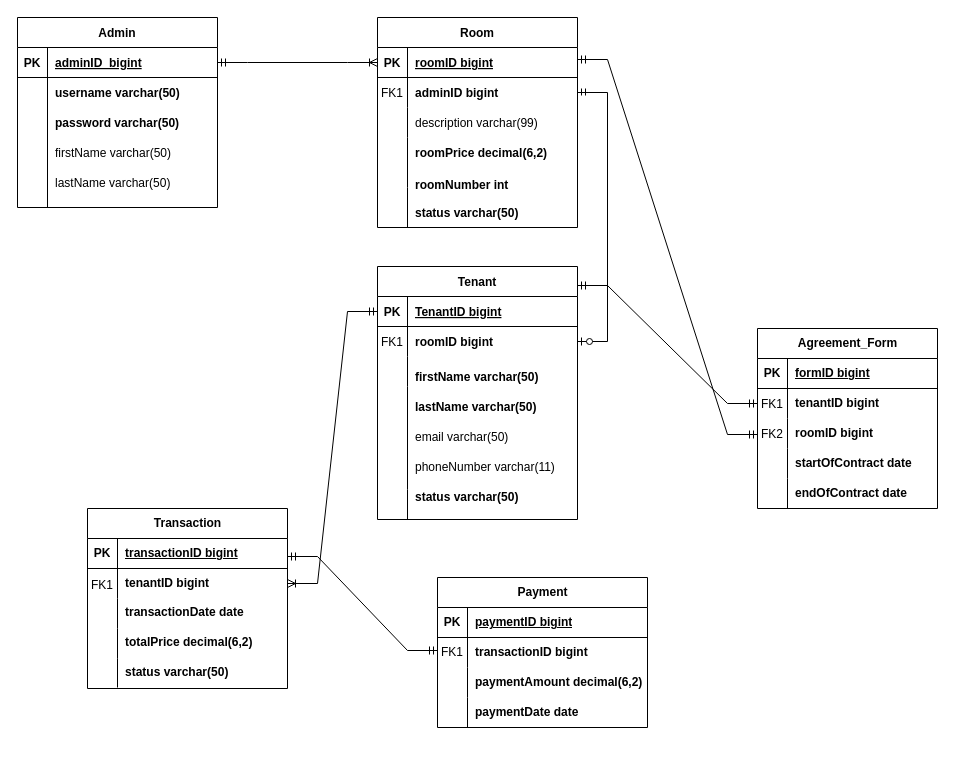
The draw.io diagram ERD.drawio in Beskiit/DIAGRAMS, before the edit. Source tidied: cells renumbered, new cells numbered last; positions are measured from the earlier drawing's top-left corner, leaving out a move shared by most shapes. Both pictures are drawn from the tidied source at 100%, with x=0, y=0 at pixel (17, 17).
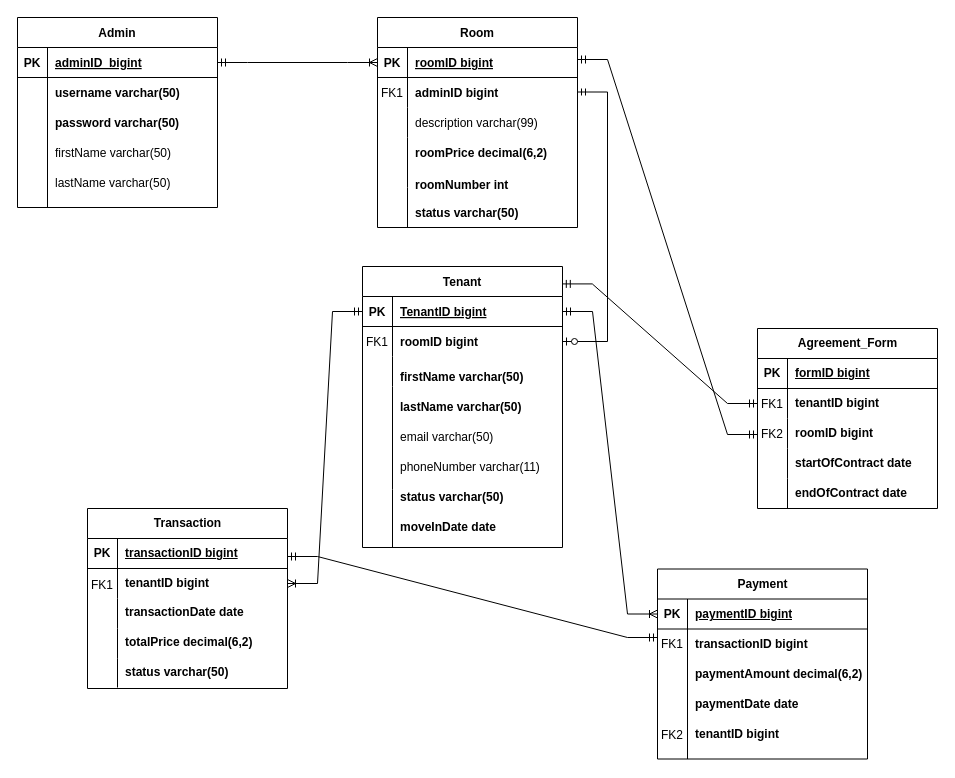
The same page after the edit.

Unchanged cells that the change refers to:
```xml
<mxCell id="6" style="shape=partialRectangle;fillColor=none;points=[[0,0.5],[1,0.5]];portConstraint=eastwest;top=0;left=0;right=0;bottom=0;" parent="2" vertex="1">
  <mxGeometry y="60" width="200" height="30" as="geometry" />
</mxCell>
<mxCell id="13" style="shape=partialRectangle;fillColor=none;points=[[0,0.5],[1,0.5]];portConstraint=eastwest;top=0;left=0;right=0;bottom=1;" parent="12" vertex="1">
  <mxGeometry y="30" width="200" height="30" as="geometry" />
</mxCell>
<mxCell id="16" style="shape=partialRectangle;fillColor=none;points=[[0,0.5],[1,0.5]];portConstraint=eastwest;top=0;left=0;right=0;bottom=0;" parent="12" vertex="1">
  <mxGeometry y="60" width="200" height="30" as="geometry" />
</mxCell>
<mxCell id="66" style="shape=tableRow;horizontal=0;startSize=0;swimlaneHead=0;swimlaneBody=0;fillColor=none;points=[[0,0.5],[1,0.5]];portConstraint=eastwest;top=0;left=0;right=0;bottom=1;" parent="65" vertex="1">
  <mxGeometry y="30" width="210" height="30" as="geometry" />
</mxCell>
<mxCell id="75" style="shape=tableRow;horizontal=0;startSize=0;swimlaneHead=0;swimlaneBody=0;fillColor=none;points=[[0,0.5],[1,0.5]];portConstraint=eastwest;top=0;left=0;right=0;bottom=0;" parent="65" vertex="1">
  <mxGeometry y="120" width="210" height="30" as="geometry" />
</mxCell>
```

The edit, as a diff of the source:
```diff
@@
     <mxCell id="12" value="Tenant" style="shape=table;startSize=30;childLayout=tableLayout;rowLines=0;fontStyle=1;align=center;" parent="1" vertex="1">
-      <mxGeometry x="360" y="249" width="200" height="253" as="geometry" />
+      <mxGeometry x="345" y="249" width="200" height="281" as="geometry" />
     </mxCell>
@@
     <mxCell id="41" style="shape=partialRectangle;overflow=hidden;fillColor=none;top=0;left=0;bottom=0;right=0;" parent="1" vertex="1">
-      <mxGeometry x="360" y="339" width="30" height="30" as="geometry" />
+      <mxGeometry x="345" y="339" width="30" height="30" as="geometry" />
     </mxCell>
     <mxCell id="42" value="firstName varchar(50)" style="shape=partialRectangle;overflow=hidden;fillColor=none;top=0;left=0;bottom=0;right=0;align=left;spacingLeft=6;fontStyle=1;" parent="1" vertex="1">
-      <mxGeometry x="390" y="344" width="220" height="30" as="geometry" />
+      <mxGeometry x="375" y="344" width="220" height="30" as="geometry" />
     </mxCell>
     <mxCell id="43" style="endArrow=none;html=1;rounded=0;entryX=0.12;entryY=-0.02;entryDx=0;entryDy=0;entryPerimeter=0;" parent="1" edge="1">
       <mxGeometry relative="1" as="geometry">
-        <mxPoint x="390" y="472" as="sourcePoint" />
-        <mxPoint x="390" y="369" as="targetPoint" />
+        <mxPoint x="375" y="472" as="sourcePoint" />
+        <mxPoint x="375" y="369" as="targetPoint" />
       </mxGeometry>
     </mxCell>
     <mxCell id="44" value="lastName varchar(50)" style="shape=partialRectangle;overflow=hidden;fillColor=none;top=0;left=0;bottom=0;right=0;align=left;spacingLeft=6;fontStyle=1;" parent="1" vertex="1">
-      <mxGeometry x="390" y="374" width="220" height="30" as="geometry" />
+      <mxGeometry x="375" y="374" width="220" height="30" as="geometry" />
     </mxCell>
     <mxCell id="45" value="email varchar(50)" style="shape=partialRectangle;overflow=hidden;fillColor=none;top=0;left=0;bottom=0;right=0;align=left;spacingLeft=6;fontStyle=0;" parent="1" vertex="1">
-      <mxGeometry x="390" y="404" width="220" height="30" as="geometry" />
+      <mxGeometry x="375" y="404" width="220" height="30" as="geometry" />
     </mxCell>
     <mxCell id="46" value="phoneNumber varchar(11)" style="shape=partialRectangle;overflow=hidden;fillColor=none;top=0;left=0;bottom=0;right=0;align=left;spacingLeft=6;fontStyle=0;" parent="1" vertex="1">
-      <mxGeometry x="390" y="434" width="220" height="30" as="geometry" />
+      <mxGeometry x="375" y="434" width="220" height="30" as="geometry" />
     </mxCell>
@@
     <mxCell id="65" value="Payment" style="shape=table;startSize=30;childLayout=tableLayout;rowLines=0;fontStyle=1;align=center;html=1;" parent="1" vertex="1">
-      <mxGeometry x="420" y="560" width="210" height="150" as="geometry" />
+      <mxGeometry x="640" y="551.5" width="210" height="190" as="geometry" />
     </mxCell>
@@
     <mxCell id="78" value="FK1" style="shape=partialRectangle;overflow=hidden;fillColor=none;top=0;left=0;bottom=0;right=0;" parent="1" vertex="1">
-      <mxGeometry x="420" y="619" width="30" height="30" as="geometry" />
+      <mxGeometry x="640" y="610.5" width="30" height="30" as="geometry" />
     </mxCell>
@@
     <mxCell id="100" style="edgeStyle=entityRelationEdgeStyle;fontSize=12;html=1;endArrow=ERmandOne;startArrow=ERmandOne;rounded=0;exitX=1;exitY=0.5;exitDx=0;exitDy=0;" parent="1" edge="1">
       <mxGeometry relative="1" as="geometry">
         <mxPoint x="270" y="539" as="sourcePoint" />
-        <mxPoint x="420" y="633" as="targetPoint" />
+        <mxPoint x="640" y="620" as="targetPoint" />
       </mxGeometry>
     </mxCell>
@@
-    <mxCell id="102" style="edgeStyle=entityRelationEdgeStyle;fontSize=12;html=1;endArrow=ERmandOne;startArrow=ERmandOne;rounded=0;exitX=1;exitY=0.5;exitDx=0;exitDy=0;" parent="1" edge="1">
+    <mxCell id="102" style="edgeStyle=entityRelationEdgeStyle;fontSize=12;html=1;endArrow=ERmandOne;startArrow=ERmandOne;rounded=0;exitX=0.999;exitY=0.062;exitDx=0;exitDy=0;exitPerimeter=0;" parent="1" edge="1" source="12">
       <mxGeometry relative="1" as="geometry">
-        <mxPoint x="560" y="268" as="sourcePoint" />
         <mxPoint x="740" y="386" as="targetPoint" />
       </mxGeometry>
     </mxCell>
-    <mxCell id="103" style="edgeStyle=entityRelationEdgeStyle;fontSize=12;html=1;endArrow=ERzeroToOne;endFill=1;rounded=0;entryX=1;entryY=0.5;entryDx=0;entryDy=0;exitX=1;exitY=0.5;exitDx=0;exitDy=0;" parent="1" edge="1" source="6" target="16">
-      <mxGeometry relative="1" as="geometry" />
+    <mxCell id="103" style="edgeStyle=entityRelationEdgeStyle;fontSize=12;html=1;endArrow=ERzeroToOne;endFill=1;rounded=0;exitX=1;exitY=0.5;exitDx=0;exitDy=0;entryX=1;entryY=0.5;entryDx=0;entryDy=0;" parent="1" edge="1" target="16">
+      <mxGeometry relative="1" as="geometry">
+        <mxPoint x="560" y="74.5" as="sourcePoint" />
+      </mxGeometry>
     </mxCell>
@@
     <mxCell id="106" style="endArrow=none;html=1;rounded=0;" parent="1" edge="1">
       <mxGeometry relative="1" as="geometry">
-        <mxPoint x="390" y="502" as="sourcePoint" />
-        <mxPoint x="390" y="472" as="targetPoint" />
+        <mxPoint x="375" y="502" as="sourcePoint" />
+        <mxPoint x="375" y="472" as="targetPoint" />
       </mxGeometry>
     </mxCell>
     <mxCell id="107" value="status varchar(50)" style="shape=partialRectangle;overflow=hidden;fillColor=none;top=0;left=0;bottom=0;right=0;align=left;spacingLeft=6;fontStyle=1;" parent="1" vertex="1">
-      <mxGeometry x="390" y="464" width="220" height="30" as="geometry" />
+      <mxGeometry x="375" y="464" width="220" height="30" as="geometry" />
     </mxCell>
@@
+    <mxCell id="111" style="endArrow=none;html=1;rounded=0;entryX=0.143;entryY=0.953;entryDx=0;entryDy=0;entryPerimeter=0;" parent="1" edge="1" target="75">
+      <mxGeometry relative="1" as="geometry">
+        <mxPoint x="670" y="741.5" as="sourcePoint" />
+      </mxGeometry>
+    </mxCell>
+    <mxCell id="112" value="&lt;b&gt;tenantID bigint&lt;/b&gt;" style="shape=partialRectangle;fillColor=none;top=0;left=0;bottom=0;right=0;align=left;spacingLeft=6;overflow=hidden;whiteSpace=wrap;html=1;" parent="1" vertex="1">
+      <mxGeometry x="670" y="701.5" width="180" height="30" as="geometry" />
+    </mxCell>
+    <mxCell id="113" value="FK2" style="shape=partialRectangle;overflow=hidden;fillColor=none;top=0;left=0;bottom=0;right=0;" parent="1" vertex="1">
+      <mxGeometry x="640" y="701.5" width="30" height="30" as="geometry" />
+    </mxCell>
+    <mxCell id="114" style="edgeStyle=entityRelationEdgeStyle;fontSize=12;html=1;endArrow=ERoneToMany;startArrow=ERmandOne;rounded=0;entryX=0;entryY=0.5;entryDx=0;entryDy=0;exitX=1;exitY=0.5;exitDx=0;exitDy=0;" parent="1" edge="1" source="13" target="66">
+      <mxGeometry relative="1" as="geometry">
+        <Array as="points">
+          <mxPoint x="670" y="569.5" />
+        </Array>
+      </mxGeometry>
+    </mxCell>
+    <mxCell id="115" style="endArrow=none;html=1;rounded=0;" parent="1" edge="1">
+      <mxGeometry relative="1" as="geometry">
+        <mxPoint x="375" y="530" as="sourcePoint" />
+        <mxPoint x="375" y="500" as="targetPoint" />
+      </mxGeometry>
+    </mxCell>
+    <mxCell id="116" value="moveInDate date" style="shape=partialRectangle;overflow=hidden;fillColor=none;top=0;left=0;bottom=0;right=0;align=left;spacingLeft=6;fontStyle=1;" parent="1" vertex="1">
+      <mxGeometry x="375" y="494" width="220" height="30" as="geometry" />
+    </mxCell>
```
